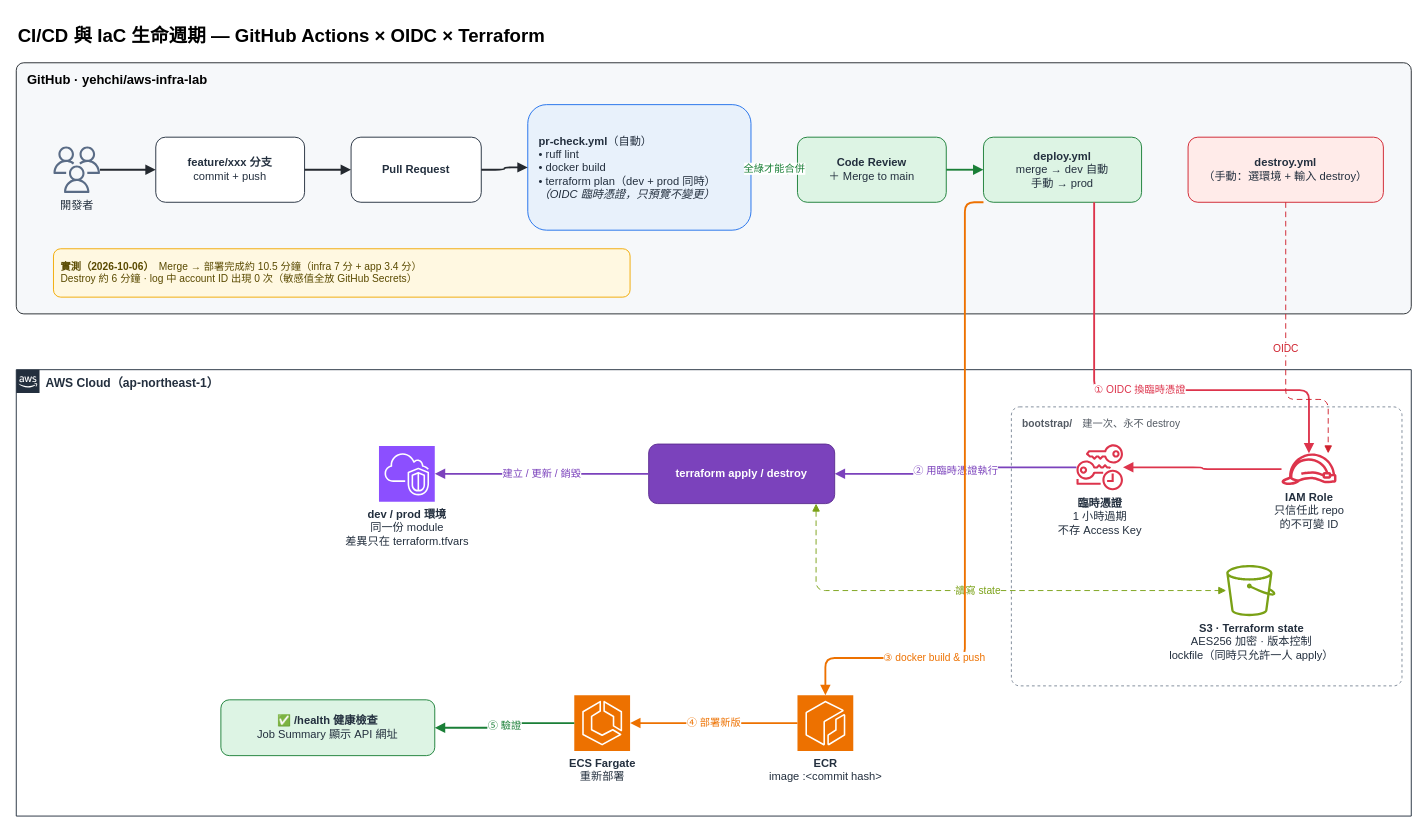
Above: page "2. CI/CD 與 IaC 流程" (2 of 2) of docs/architecture.drawio in yehchi/aws-infra-lab (draw.io), before the change. Source tidied: cells renumbered, new cells numbered last; positions are measured from the earlier drawing's top-left corner, leaving out a move shared by most shapes. Both pictures are drawn from the tidied source at 93%, with x=0, y=0 at pixel (16, 16).
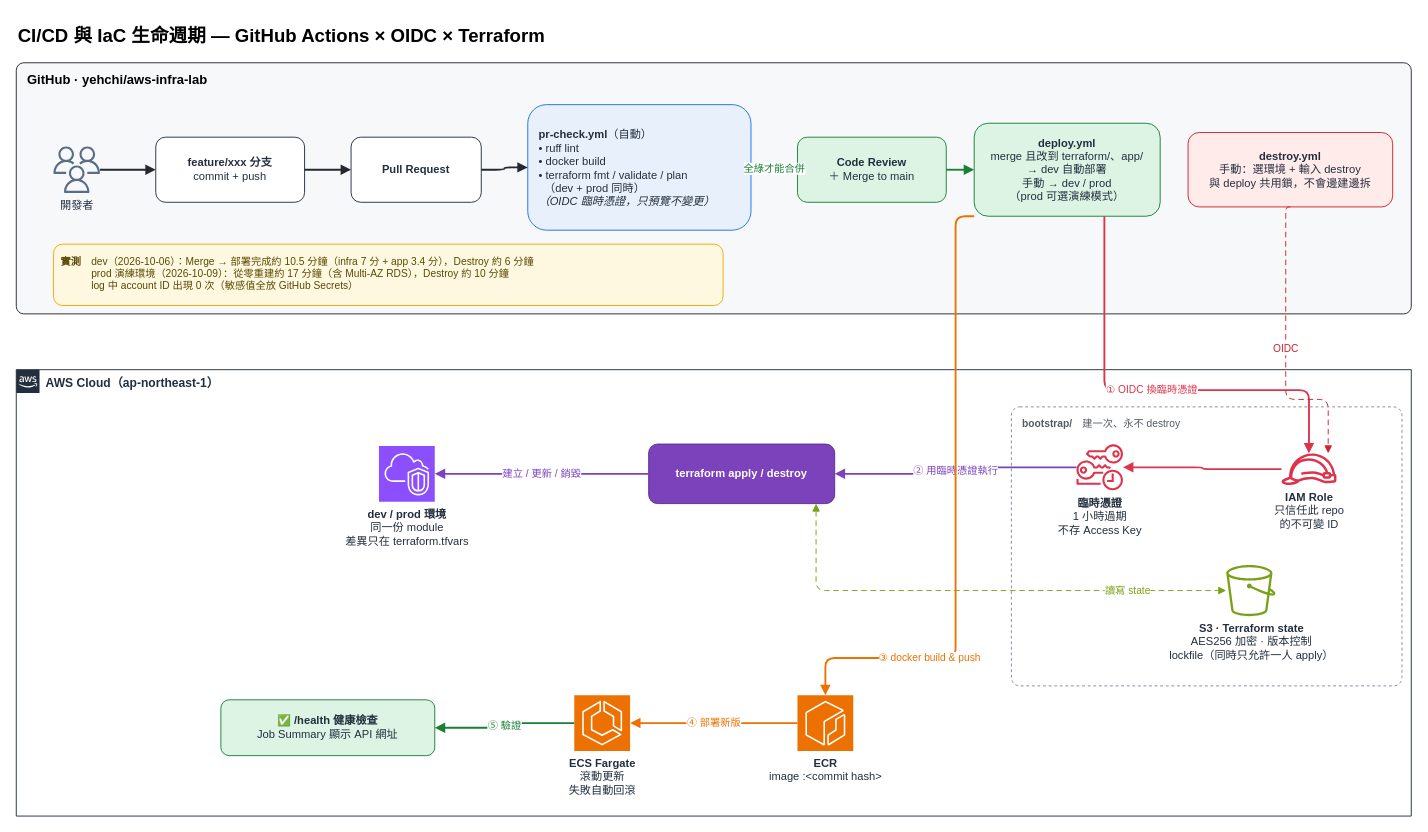
Above is the later version.

Commit message:
docs: align ci/cd diagram with actual workflows

Unchanged cells that the change refers to:
```xml
<mxCell id="3" style="rounded=1;whiteSpace=wrap;html=1;fontSize=12;align=center;verticalAlign=middle;fillColor=#F6F8FA;strokeColor=#24292F;fontColor=#232F3E;verticalAlign=top;align=left;spacingLeft=12;spacingTop=6;arcSize=3;" parent="1" vertex="1">
  <mxGeometry y="50" width="1500" height="270" as="geometry" />
</mxCell>
<mxCell id="18" value="AWS Cloud（ap-northeast-1）" style="sketch=0;gradientColor=none;html=1;whiteSpace=wrap;fontSize=13;fontStyle=1;shape=mxgraph.aws4.group;grIcon=mxgraph.aws4.group_aws_cloud_alt;strokeColor=#232F3E;fillColor=none;verticalAlign=top;align=left;spacingLeft=30;fontColor=#232F3E;dashed=0;" parent="1" vertex="1">
  <mxGeometry y="380" width="1500" height="480" as="geometry" />
</mxCell>
<mxCell id="21" value="&lt;b&gt;IAM Role&lt;/b&gt;&lt;br&gt;只信任此 repo&lt;br&gt;的不可變 ID" style="sketch=0;outlineConnect=0;fontColor=#232F3E;gradientColor=none;strokeColor=none;dashed=0;verticalLabelPosition=bottom;verticalAlign=top;align=center;html=1;fontSize=12;fontStyle=0;fillColor=#DD344C;shape=mxgraph.aws4.role;" parent="19" vertex="1">
  <mxGeometry x="290" y="50" width="60" height="34" as="geometry" />
</mxCell>
<mxCell id="23" value="&lt;b&gt;S3 · Terraform state&lt;/b&gt;&lt;br&gt;AES256 加密 · 版本控制&lt;br&gt;lockfile（同時只允許一人 apply）" style="sketch=0;outlineConnect=0;fontColor=#232F3E;gradientColor=none;strokeColor=none;dashed=0;verticalLabelPosition=bottom;verticalAlign=top;align=center;html=1;fontSize=12;fontStyle=0;fillColor=#7AA116;shape=mxgraph.aws4.bucket;" parent="19" vertex="1">
  <mxGeometry x="230" y="170" width="55" height="55" as="geometry" />
</mxCell>
<mxCell id="24" value="&lt;b&gt;terraform apply / destroy&lt;/b&gt;" style="rounded=1;whiteSpace=wrap;html=1;fontSize=12;align=center;verticalAlign=middle;fillColor=#7B42BC;strokeColor=#5C2D91;fontColor=#FFFFFF;" parent="18" vertex="1">
  <mxGeometry x="680" y="80" width="200" height="64" as="geometry" />
</mxCell>
<mxCell id="26" value="&lt;b&gt;ECR&lt;/b&gt;&lt;br&gt;image :&amp;lt;commit hash&amp;gt;" style="sketch=0;points=[[0,0,0],[0.25,0,0],[0.5,0,0],[0.75,0,0],[1,0,0],[0,1,0],[0.25,1,0],[0.5,1,0],[0.75,1,0],[1,1,0],[0,0.25,0],[0,0.5,0],[0,0.75,0],[1,0.25,0],[1,0.5,0],[1,0.75,0]];outlineConnect=0;fontColor=#232F3E;strokeColor=#ffffff;dashed=0;verticalLabelPosition=bottom;verticalAlign=top;align=center;html=1;fontSize=12;fontStyle=0;shape=mxgraph.aws4.resourceIcon;fillColor=#ED7100;resIcon=mxgraph.aws4.ecr;" parent="18" vertex="1">
  <mxGeometry x="840" y="350" width="60" height="60" as="geometry" />
</mxCell>
```

The edit, as a diff of the source:
```diff
@@
-    <mxCell id="8" value="&lt;b&gt;pr-check.yml&lt;/b&gt;（自動）&lt;br&gt;• ruff lint&lt;br&gt;• docker build&lt;br&gt;• terraform plan（dev + prod 同時）&lt;br&gt;&lt;i&gt;（OIDC 臨時憑證，只預覽不變更）&lt;/i&gt;" style="rounded=1;whiteSpace=wrap;html=1;fontSize=12;align=center;verticalAlign=middle;fillColor=#E8F1FB;strokeColor=#1F6FEB;fontColor=#232F3E;align=left;spacingLeft=10;" parent="3" vertex="1">
+    <mxCell id="8" value="&lt;b&gt;pr-check.yml&lt;/b&gt;（自動）&lt;br&gt;• ruff lint&lt;br&gt;• docker build&lt;br&gt;• terraform fmt / validate / plan&lt;br&gt;　（dev + prod 同時）&lt;br&gt;&lt;i&gt;（OIDC 臨時憑證，只預覽不變更）&lt;/i&gt;" style="rounded=1;whiteSpace=wrap;html=1;fontSize=12;align=center;verticalAlign=middle;fillColor=#E8F1FB;strokeColor=#1F6FEB;fontColor=#232F3E;align=left;spacingLeft=10;" parent="3" vertex="1">
       <mxGeometry x="550" y="45" width="240" height="135" as="geometry" />
     </mxCell>
@@
-    <mxCell id="10" value="&lt;b&gt;deploy.yml&lt;/b&gt;&lt;br&gt;merge → dev 自動&lt;br&gt;手動 → prod" style="rounded=1;whiteSpace=wrap;html=1;fontSize=12;align=center;verticalAlign=middle;fillColor=#DDF4E4;strokeColor=#1A7F37;fontColor=#232F3E;" parent="3" vertex="1">
-      <mxGeometry x="1040" y="80" width="170" height="70" as="geometry" />
+    <mxCell id="10" value="&lt;b&gt;deploy.yml&lt;/b&gt;&lt;br&gt;merge 且改到 terraform/、app/&lt;br&gt;→ dev 自動部署&lt;br&gt;手動 → dev / prod&lt;br&gt;（prod 可選演練模式）" style="rounded=1;whiteSpace=wrap;html=1;fontSize=12;align=center;verticalAlign=middle;fillColor=#DDF4E4;strokeColor=#1A7F37;fontColor=#232F3E;" parent="3" vertex="1">
+      <mxGeometry x="1030" y="65" width="200" height="100" as="geometry" />
     </mxCell>
-    <mxCell id="11" value="&lt;b&gt;destroy.yml&lt;/b&gt;&lt;br&gt;（手動：選環境 + 輸入 destroy）" style="rounded=1;whiteSpace=wrap;html=1;fontSize=12;align=center;verticalAlign=middle;fillColor=#FFEBE9;strokeColor=#CF222E;fontColor=#232F3E;" parent="3" vertex="1">
-      <mxGeometry x="1260" y="80" width="210" height="70" as="geometry" />
+    <mxCell id="11" value="&lt;b&gt;destroy.yml&lt;/b&gt;&lt;br&gt;手動：選環境 + 輸入 destroy&lt;br&gt;與 deploy 共用鎖，不會邊建邊拆" style="rounded=1;whiteSpace=wrap;html=1;fontSize=12;align=center;verticalAlign=middle;fillColor=#FFEBE9;strokeColor=#CF222E;fontColor=#232F3E;" parent="3" vertex="1">
+      <mxGeometry x="1260" y="75" width="220" height="80" as="geometry" />
     </mxCell>
-    <mxCell id="12" value="&lt;b&gt;實測（2026-10-06）&lt;/b&gt;　Merge → 部署完成約 10.5 分鐘（infra 7 分 + app 3.4 分）&lt;br&gt;Destroy 約 6 分鐘 · log 中 account ID 出現 0 次（敏感值全放 GitHub Secrets）" style="rounded=1;whiteSpace=wrap;html=1;fontSize=11;align=left;verticalAlign=top;spacing=8;fillColor=#FFF8E1;strokeColor=#F2A900;fontColor=#5A4A00;" parent="3" vertex="1">
-      <mxGeometry x="40" y="200" width="620" height="52" as="geometry" />
+    <mxCell id="12" value="&lt;b&gt;實測&lt;/b&gt;　dev（2026-10-06）：Merge → 部署完成約 10.5 分鐘（infra 7 分 + app 3.4 分），Destroy 約 6 分鐘&lt;br&gt;　　　prod 演練環境（2026-10-09）：從零重建約 17 分鐘（含 Multi-AZ RDS），Destroy 約 10 分鐘&lt;br&gt;　　　log 中 account ID 出現 0 次（敏感值全放 GitHub Secrets）" style="rounded=1;whiteSpace=wrap;html=1;fontSize=11;align=left;verticalAlign=top;spacing=8;fillColor=#FFF8E1;strokeColor=#F2A900;fontColor=#5A4A00;" parent="3" vertex="1">
+      <mxGeometry x="40" y="195" width="720" height="66" as="geometry" />
     </mxCell>
@@
-    <mxCell id="27" value="&lt;b&gt;ECS Fargate&lt;/b&gt;&lt;br&gt;重新部署" style="sketch=0;points=[[0,0,0],[0.25,0,0],[0.5,0,0],[0.75,0,0],[1,0,0],[0,1,0],[0.25,1,0],[0.5,1,0],[0.75,1,0],[1,1,0],[0,0.25,0],[0,0.5,0],[0,0.75,0],[1,0.25,0],[1,0.5,0],[1,0.75,0]];outlineConnect=0;fontColor=#232F3E;strokeColor=#ffffff;dashed=0;verticalLabelPosition=bottom;verticalAlign=top;align=center;html=1;fontSize=12;fontStyle=0;shape=mxgraph.aws4.resourceIcon;fillColor=#ED7100;resIcon=mxgraph.aws4.ecs;" parent="18" vertex="1">
+    <mxCell id="27" value="&lt;b&gt;ECS Fargate&lt;/b&gt;&lt;br&gt;滾動更新&lt;br&gt;失敗自動回滾" style="sketch=0;points=[[0,0,0],[0.25,0,0],[0.5,0,0],[0.75,0,0],[1,0,0],[0,1,0],[0.25,1,0],[0.5,1,0],[0.75,1,0],[1,1,0],[0,0.25,0],[0,0.5,0],[0,0.75,0],[1,0.25,0],[1,0.5,0],[1,0.75,0]];outlineConnect=0;fontColor=#232F3E;strokeColor=#ffffff;dashed=0;verticalLabelPosition=bottom;verticalAlign=top;align=center;html=1;fontSize=12;fontStyle=0;shape=mxgraph.aws4.resourceIcon;fillColor=#ED7100;resIcon=mxgraph.aws4.ecs;" parent="18" vertex="1">
       <mxGeometry x="600" y="350" width="60" height="60" as="geometry" />
     </mxCell>
@@
     <mxCell id="29" value="① OIDC 換臨時憑證" style="edgeStyle=orthogonalEdgeStyle;rounded=1;html=1;endArrow=block;endFill=1;strokeWidth=2;strokeColor=#DD344C;fontColor=#DD344C;fontSize=11;labelBackgroundColor=#FFFFFF;exitX=0.7;exitY=1;exitDx=0;exitDy=0;entryX=0.5;entryY=0;entryDx=0;entryDy=0;" parent="1" edge="1" source="10" target="21">
       <mxGeometry relative="1" as="geometry">
         <Array as="points">
-          <mxPoint x="1159" y="402" />
+          <mxPoint x="1170" y="402" />
           <mxPoint x="1390" y="402" />
         </Array>
       </mxGeometry>
     </mxCell>
@@
     <mxCell id="33" value="讀寫 state" style="edgeStyle=orthogonalEdgeStyle;rounded=1;html=1;endArrow=block;endFill=1;strokeWidth=1;strokeColor=#7AA116;fontColor=#7AA116;fontSize=11;labelBackgroundColor=#FFFFFF;dashed=1;dashPattern=6 4;startArrow=block;startFill=1;exitX=0.9;exitY=1;exitDx=0;exitDy=0;entryX=0;entryY=0.5;entryDx=0;entryDy=0;" parent="1" edge="1" source="24" target="23">
-      <mxGeometry relative="1" as="geometry">
+      <mxGeometry x="0.6" relative="1" as="geometry">
         <Array as="points">
           <mxPoint x="860" y="617" />
         </Array>
       </mxGeometry>
     </mxCell>
@@
     <mxCell id="35" value="③ docker build &amp; push" style="edgeStyle=orthogonalEdgeStyle;rounded=1;html=1;endArrow=block;endFill=1;strokeWidth=2;strokeColor=#ED7100;fontColor=#ED7100;fontSize=11;labelBackgroundColor=#FFFFFF;exitX=0;exitY=1;exitDx=0;exitDy=0;entryX=0.5;entryY=0;entryDx=0;entryDy=0;" parent="1" edge="1" source="10" target="26">
       <mxGeometry x="0.55" relative="1" as="geometry">
         <Array as="points">
-          <mxPoint x="1020" y="200" />
-          <mxPoint x="1020" y="690" />
+          <mxPoint x="1010" y="215" />
+          <mxPoint x="1010" y="690" />
           <mxPoint x="870" y="690" />
         </Array>
       </mxGeometry>
     </mxCell>
```
